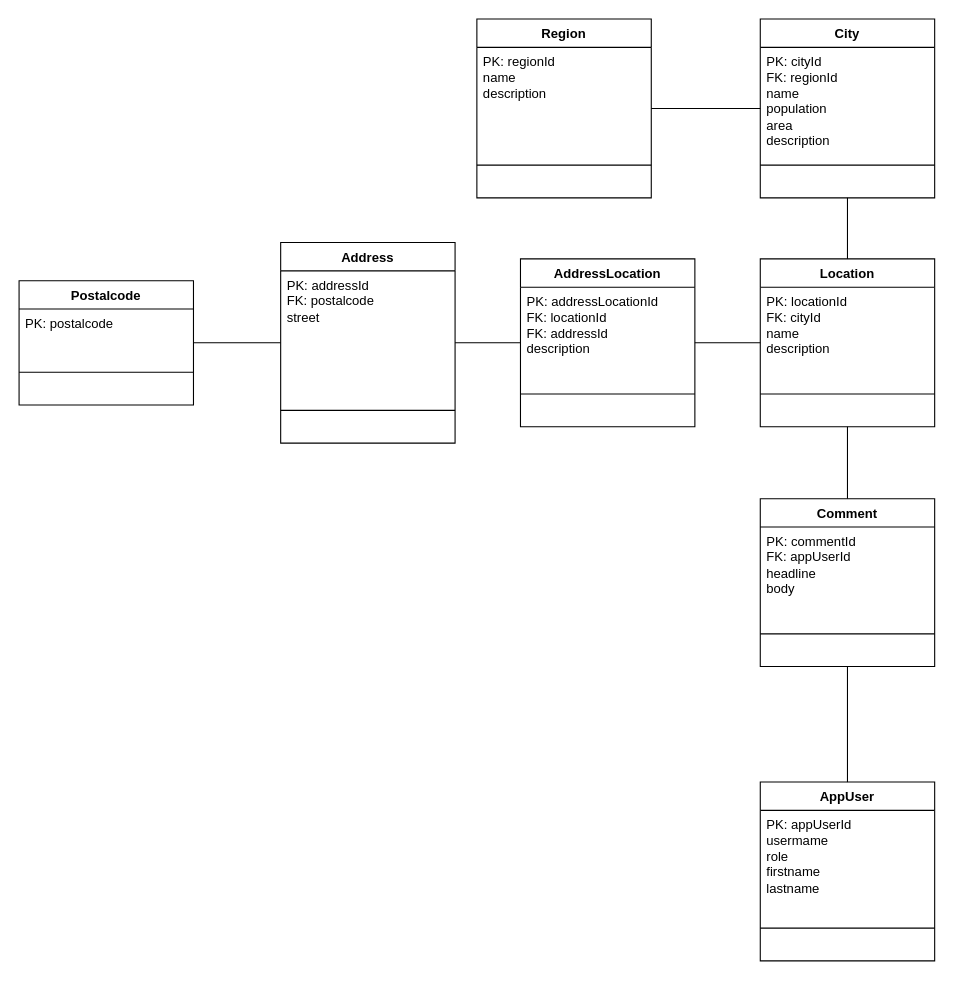
Before: resources/DB design.drawio in jaolim/back_end_harjoitustyo, a draw.io diagram. Source tidied: cells renumbered, new cells numbered last; positions are measured from the earlier drawing's top-left corner, leaving out a move shared by most shapes. Both pictures are drawn from the tidied source at 109%, with x=0, y=0 at pixel (19, 19).
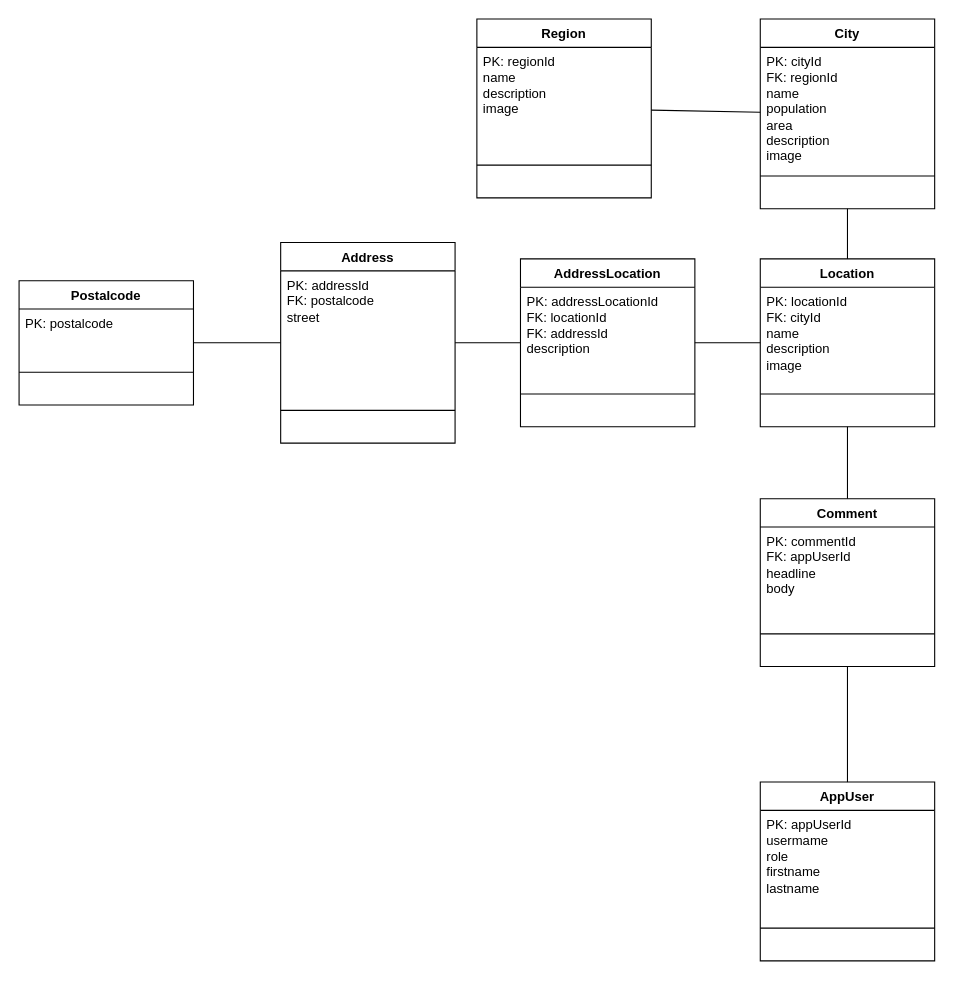
After the change.

Unchanged cells that the change refers to:
```xml
<mxCell id="2" value="Region" style="swimlane;fontStyle=1;align=center;verticalAlign=top;horizontal=1;startSize=26;whiteSpace=wrap;html=1;" parent="1" vertex="1">
  <mxGeometry x="420" width="160" height="164" as="geometry" />
</mxCell>
<mxCell id="11" value="Location" style="swimlane;fontStyle=1;align=center;verticalAlign=top;horizontal=1;startSize=26;whiteSpace=wrap;html=1;" parent="1" vertex="1">
  <mxGeometry x="680" y="220" width="160" height="154" as="geometry" />
</mxCell>
```

Change to the diagram source:
```diff
@@
-    <mxCell id="3" value="PK: regionId&lt;br&gt;&lt;div&gt;name&lt;/div&gt;&lt;div&gt;description&lt;/div&gt;" style="text;strokeColor=none;fillColor=none;align=left;verticalAlign=top;spacingLeft=4;spacingRight=4;overflow=hidden;whiteSpace=wrap;html=1;" parent="2" vertex="1">
+    <mxCell id="3" value="PK: regionId&lt;br&gt;&lt;div&gt;name&lt;/div&gt;&lt;div&gt;description&lt;/div&gt;&lt;div&gt;image&lt;/div&gt;" style="text;strokeColor=none;fillColor=none;align=left;verticalAlign=top;spacingLeft=4;spacingRight=4;overflow=hidden;whiteSpace=wrap;html=1;" parent="2" vertex="1">
       <mxGeometry y="26" width="160" height="104" as="geometry" />
     </mxCell>
@@
     <mxCell id="6" value="City" style="swimlane;fontStyle=1;align=center;verticalAlign=top;horizontal=1;startSize=26;whiteSpace=wrap;html=1;" parent="1" vertex="1">
-      <mxGeometry x="680" width="160" height="164" as="geometry" />
+      <mxGeometry x="680" width="160" height="174" as="geometry" />
     </mxCell>
-    <mxCell id="7" value="PK: cityId&lt;div&gt;FK: regionId&lt;br&gt;&lt;div&gt;&lt;div&gt;name&lt;/div&gt;&lt;/div&gt;&lt;div&gt;population&lt;/div&gt;&lt;div&gt;area&lt;/div&gt;&lt;div&gt;description&lt;/div&gt;&lt;/div&gt;" style="text;strokeColor=none;fillColor=none;align=left;verticalAlign=top;spacingLeft=4;spacingRight=4;overflow=hidden;whiteSpace=wrap;html=1;" parent="6" vertex="1">
-      <mxGeometry y="26" width="160" height="104" as="geometry" />
+    <mxCell id="7" value="PK: cityId&lt;div&gt;FK: regionId&lt;br&gt;&lt;div&gt;&lt;div&gt;name&lt;/div&gt;&lt;/div&gt;&lt;div&gt;population&lt;/div&gt;&lt;div&gt;area&lt;/div&gt;&lt;div&gt;description&lt;/div&gt;&lt;/div&gt;&lt;div&gt;image&lt;/div&gt;" style="text;strokeColor=none;fillColor=none;align=left;verticalAlign=top;spacingLeft=4;spacingRight=4;overflow=hidden;whiteSpace=wrap;html=1;" parent="6" vertex="1">
+      <mxGeometry y="26" width="160" height="114" as="geometry" />
     </mxCell>
     <mxCell id="8" style="line;strokeWidth=1;fillColor=none;align=left;verticalAlign=middle;spacingTop=-1;spacingLeft=3;spacingRight=3;labelPosition=right;strokeColor=inherit;" parent="6" vertex="1">
-      <mxGeometry y="130" width="160" height="8" as="geometry" />
+      <mxGeometry y="140" width="160" height="8" as="geometry" />
     </mxCell>
     <mxCell id="9" value="&amp;nbsp;" style="text;strokeColor=none;fillColor=none;align=left;verticalAlign=top;spacingLeft=4;spacingRight=4;overflow=hidden;whiteSpace=wrap;html=1;" parent="6" vertex="1">
-      <mxGeometry y="138" width="160" height="26" as="geometry" />
+      <mxGeometry y="148" width="160" height="26" as="geometry" />
     </mxCell>
@@
-    <mxCell id="12" value="PK: locationId&lt;div&gt;FK: cityId&lt;br&gt;&lt;div&gt;name&lt;/div&gt;&lt;div&gt;description&lt;/div&gt;&lt;/div&gt;" style="text;strokeColor=none;fillColor=none;align=left;verticalAlign=top;spacingLeft=4;spacingRight=4;overflow=hidden;whiteSpace=wrap;html=1;" parent="11" vertex="1">
+    <mxCell id="12" value="PK: locationId&lt;div&gt;FK: cityId&lt;br&gt;&lt;div&gt;name&lt;/div&gt;&lt;div&gt;description&lt;/div&gt;&lt;/div&gt;&lt;div&gt;image&lt;/div&gt;" style="text;strokeColor=none;fillColor=none;align=left;verticalAlign=top;spacingLeft=4;spacingRight=4;overflow=hidden;whiteSpace=wrap;html=1;" parent="11" vertex="1">
       <mxGeometry y="26" width="160" height="94" as="geometry" />
     </mxCell>
```
